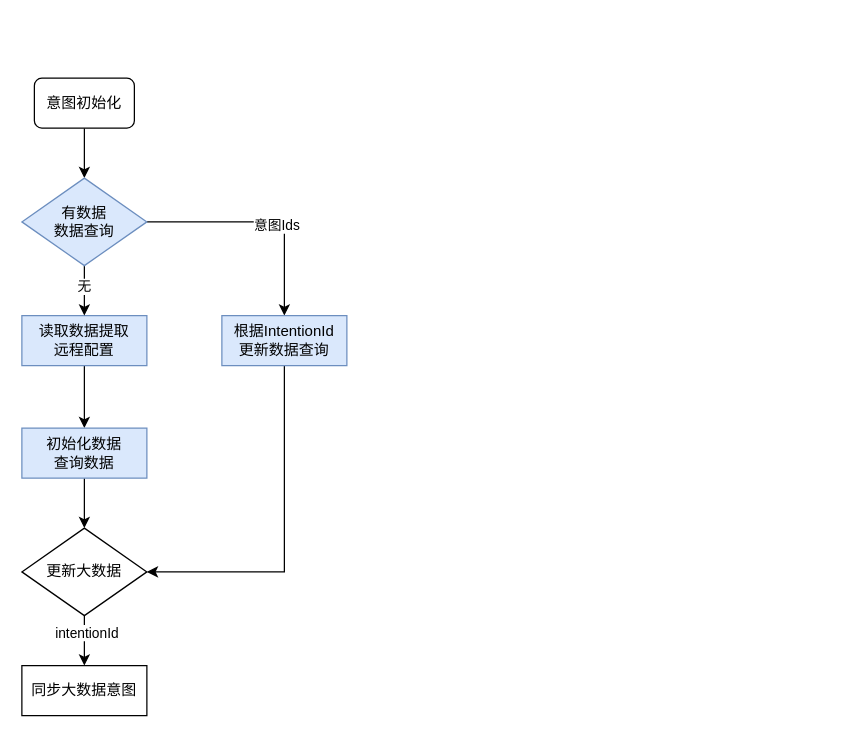
The draw.io diagram 202505.drawio in mozhu33/Diagrams, before the edit. Source tidied: cells renumbered, new cells numbered last; positions are measured from the earlier drawing's top-left corner, leaving out a move shared by most shapes. Both pictures are drawn from the tidied source at 125%, with x=0, y=0 at pixel (21, 78).
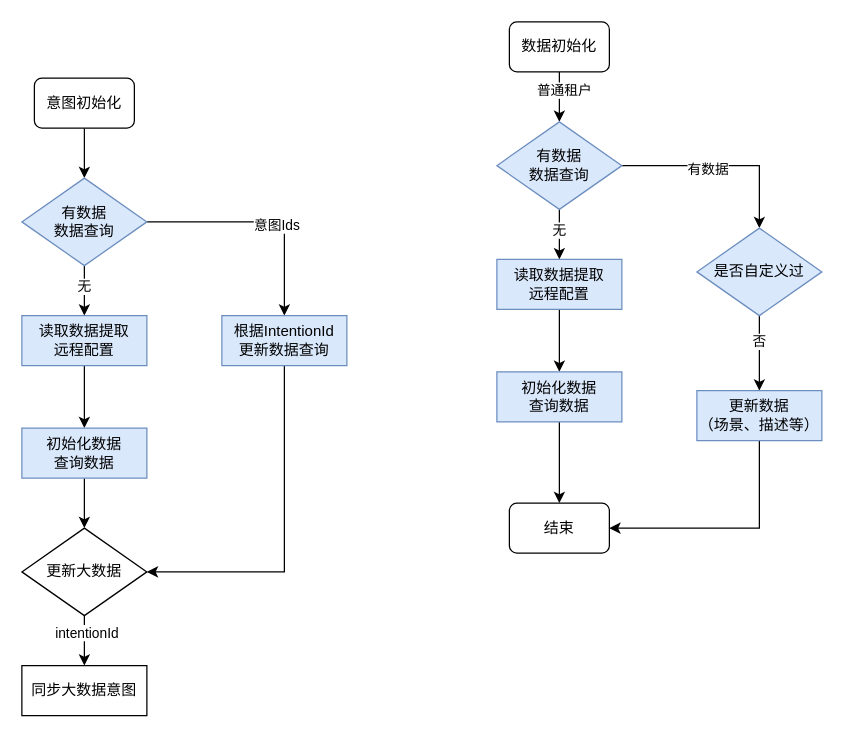
The same diagram, later.

The edit, as a diff of the source:
```diff
@@
+    <mxCell id="19" style="edgeStyle=orthogonalEdgeStyle;rounded=0;jettySize=auto;html=1;" parent="1" edge="1" source="21" target="28">
+      <mxGeometry relative="1" as="geometry" />
+    </mxCell>
+    <mxCell id="20" value="普通租户" style="edgeLabel;html=1;align=center;verticalAlign=middle;" parent="19" vertex="1">
+      <mxGeometry x="-0.3" y="3" relative="1" as="geometry" />
+    </mxCell>
+    <mxCell id="21" value="数据初始化" style="rounded=1;whiteSpace=wrap;html=1;" parent="1" vertex="1">
+      <mxGeometry x="390" y="-45" width="80" height="40" as="geometry" />
+    </mxCell>
+    <mxCell id="22" style="edgeStyle=orthogonalEdgeStyle;rounded=0;jettySize=auto;html=1;" parent="1" edge="1" source="23" target="30">
+      <mxGeometry relative="1" as="geometry" />
+    </mxCell>
+    <mxCell id="23" value="读取数据提取&lt;div&gt;远程配置&lt;/div&gt;" style="rounded=0;whiteSpace=wrap;html=1;fillColor=#dae8fc;strokeColor=#6c8ebf;" parent="1" vertex="1">
+      <mxGeometry x="380" y="145" width="100" height="40" as="geometry" />
+    </mxCell>
+    <mxCell id="24" style="edgeStyle=orthogonalEdgeStyle;rounded=0;jettySize=auto;html=1;" parent="1" edge="1" source="28" target="23">
+      <mxGeometry relative="1" as="geometry" />
+    </mxCell>
+    <mxCell id="25" value="无" style="edgeLabel;html=1;align=center;verticalAlign=middle;" parent="24" vertex="1">
+      <mxGeometry x="-0.21" y="-1" relative="1" as="geometry" />
+    </mxCell>
+    <mxCell id="26" style="edgeStyle=orthogonalEdgeStyle;rounded=0;jettySize=auto;html=1;" parent="1" edge="1" source="28" target="35">
+      <mxGeometry relative="1" as="geometry" />
+    </mxCell>
+    <mxCell id="27" value="有数据" style="edgeLabel;html=1;align=center;verticalAlign=middle;" parent="26" vertex="1">
+      <mxGeometry x="-0.15" y="-2" relative="1" as="geometry" />
+    </mxCell>
+    <mxCell id="28" value="有数据&lt;div&gt;数据查询&lt;/div&gt;" style="rhombus;whiteSpace=wrap;html=1;fillColor=#dae8fc;strokeColor=#6c8ebf;" parent="1" vertex="1">
+      <mxGeometry x="380" y="35" width="100" height="70" as="geometry" />
+    </mxCell>
+    <mxCell id="29" style="edgeStyle=orthogonalEdgeStyle;rounded=0;jettySize=auto;html=1;" parent="1" edge="1" source="30" target="38">
+      <mxGeometry relative="1" as="geometry" />
+    </mxCell>
+    <mxCell id="30" value="初始化数据&lt;div&gt;查询数据&lt;/div&gt;" style="rounded=0;whiteSpace=wrap;html=1;fillColor=#dae8fc;strokeColor=#6c8ebf;" parent="1" vertex="1">
+      <mxGeometry x="380" y="235" width="100" height="40" as="geometry" />
+    </mxCell>
+    <mxCell id="31" style="edgeStyle=orthogonalEdgeStyle;rounded=0;orthogonalLoop=1;jettySize=auto;html=1;" parent="1" edge="1">
+      <mxGeometry relative="1" as="geometry">
+        <mxPoint x="430" y="385" as="sourcePoint" />
+      </mxGeometry>
+    </mxCell>
+    <mxCell id="32" value="intentionId" style="edgeLabel;html=1;align=center;verticalAlign=middle;" parent="31" vertex="1">
+      <mxGeometry x="-0.37" y="1" relative="1" as="geometry" />
+    </mxCell>
+    <mxCell id="33" style="edgeStyle=orthogonalEdgeStyle;rounded=0;jettySize=auto;html=1;" parent="1" edge="1" source="35" target="37">
+      <mxGeometry relative="1" as="geometry" />
+    </mxCell>
+    <mxCell id="34" value="否" style="edgeLabel;html=1;align=center;verticalAlign=middle;" parent="33" vertex="1">
+      <mxGeometry x="-0.33" y="-1" relative="1" as="geometry" />
+    </mxCell>
+    <mxCell id="35" value="是否自定义过" style="rhombus;whiteSpace=wrap;html=1;fillColor=#dae8fc;strokeColor=#6c8ebf;" parent="1" vertex="1">
+      <mxGeometry x="540" y="120" width="100" height="70" as="geometry" />
+    </mxCell>
+    <mxCell id="36" style="edgeStyle=orthogonalEdgeStyle;rounded=0;jettySize=auto;html=1;entryX=1;entryY=0.5;entryDx=0;entryDy=0;" parent="1" edge="1" source="37" target="38">
+      <mxGeometry relative="1" as="geometry">
+        <Array as="points">
+          <mxPoint x="590" y="360" />
+        </Array>
+      </mxGeometry>
+    </mxCell>
+    <mxCell id="37" value="更新数据&lt;div&gt;（场景、描述等）&lt;/div&gt;" style="rounded=0;whiteSpace=wrap;html=1;fillColor=#dae8fc;strokeColor=#6c8ebf;" parent="1" vertex="1">
+      <mxGeometry x="540" y="250" width="100" height="40" as="geometry" />
+    </mxCell>
+    <mxCell id="38" value="结束" style="rounded=1;whiteSpace=wrap;html=1;" parent="1" vertex="1">
+      <mxGeometry x="390" y="340" width="80" height="40" as="geometry" />
+    </mxCell>
```
